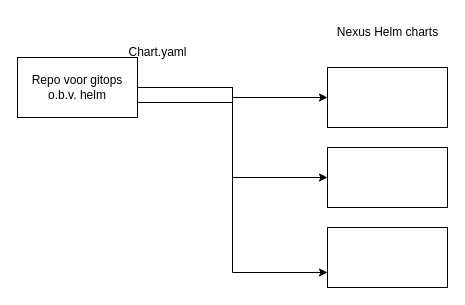
This is Untitled Diagram.drawio from Sirolf86/SSO, a draw.io file, before an edit. Source tidied: cells renumbered, new cells numbered last; positions are measured from the earlier drawing's top-left corner, leaving out a move shared by most shapes. Both pictures are drawn from the tidied source at 100%, with x=0, y=0 at pixel (17, 17).
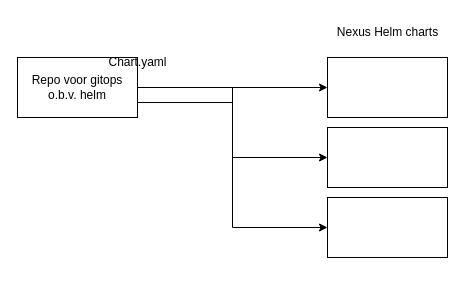
The same page after the edit.

What changed in the source:
```diff
@@
 <mxGraphModel>
   <root>
     <mxCell id="0" />
     <mxCell id="1" parent="0" />
     <mxCell id="2" style="edgeStyle=orthogonalEdgeStyle;rounded=0;jettySize=auto;html=1;exitX=1;exitY=0.5;exitDx=0;exitDy=0;entryX=0;entryY=0.5;entryDx=0;entryDy=0;" parent="1" edge="1" source="5" target="9">
       <mxGeometry relative="1" as="geometry" />
     </mxCell>
     <mxCell id="3" style="edgeStyle=orthogonalEdgeStyle;rounded=0;jettySize=auto;html=1;exitX=1;exitY=0.75;exitDx=0;exitDy=0;entryX=0;entryY=0.5;entryDx=0;entryDy=0;" parent="1" edge="1" source="5" target="7">
       <mxGeometry relative="1" as="geometry" />
     </mxCell>
-    <mxCell id="4" style="edgeStyle=orthogonalEdgeStyle;rounded=0;jettySize=auto;html=1;entryX=0;entryY=0.75;entryDx=0;entryDy=0;" parent="1" edge="1" source="5" target="8">
+    <mxCell id="4" style="edgeStyle=orthogonalEdgeStyle;rounded=0;jettySize=auto;html=1;entryX=0;entryY=0.5;entryDx=0;entryDy=0;" parent="1" edge="1" source="5" target="8">
       <mxGeometry relative="1" as="geometry" />
     </mxCell>
     <mxCell id="5" value="Repo voor gitops o.b.v. helm&lt;br&gt;" style="rounded=0;whiteSpace=wrap;html=1;" parent="1" vertex="1">
       <mxGeometry y="40" width="120" height="60" as="geometry" />
     </mxCell>
     <mxCell id="6" value="Chart.yaml&lt;br&gt;" style="text;html=1;align=center;verticalAlign=middle;strokeColor=none;fillColor=none;" parent="1" vertex="1">
-      <mxGeometry x="100" y="20" width="80" height="30" as="geometry" />
+      <mxGeometry x="80" y="30" width="80" height="30" as="geometry" />
     </mxCell>
     <mxCell id="7" style="rounded=0;whiteSpace=wrap;html=1;" parent="1" vertex="1">
-      <mxGeometry x="310" y="130" width="120" height="60" as="geometry" />
+      <mxGeometry x="310" y="110" width="120" height="60" as="geometry" />
     </mxCell>
     <mxCell id="8" style="rounded=0;whiteSpace=wrap;html=1;" parent="1" vertex="1">
-      <mxGeometry x="310" y="210" width="120" height="60" as="geometry" />
+      <mxGeometry x="310" y="180" width="120" height="60" as="geometry" />
     </mxCell>
     <mxCell id="9" style="rounded=0;whiteSpace=wrap;html=1;" parent="1" vertex="1">
-      <mxGeometry x="310" y="50" width="120" height="60" as="geometry" />
+      <mxGeometry x="310" y="40" width="120" height="60" as="geometry" />
     </mxCell>
     <mxCell id="10" value="Nexus Helm charts&lt;br&gt;" style="text;html=1;align=center;verticalAlign=middle;strokeColor=none;fillColor=none;" parent="1" vertex="1">
       <mxGeometry x="310" width="120" height="30" as="geometry" />
     </mxCell>
   </root>
 </mxGraphModel>
```
